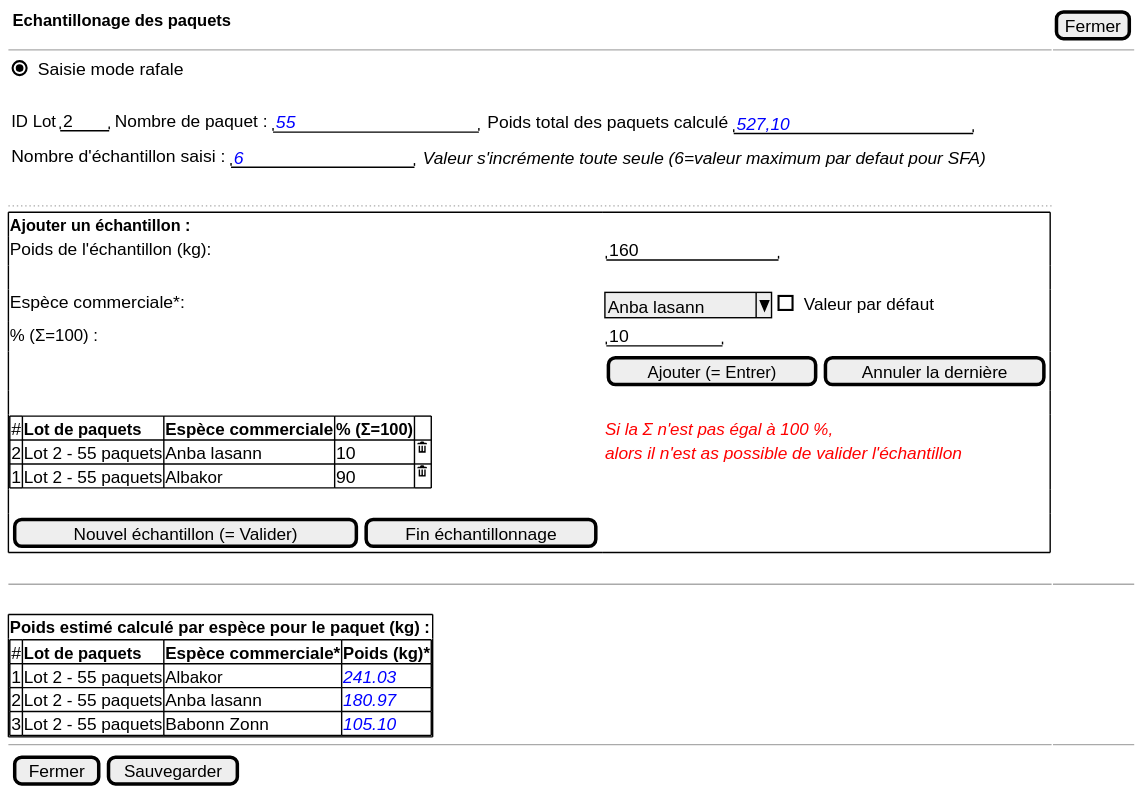
Before: use-case/collect/trip/landing-ui-composition-tablet.svg, a diagram exported from PlantUML (sumaris-net/sumaris-doc). Its source is kept beside it as use-case/collect/trip/landing-ui-composition-tablet.puml. Source of this version:
```plantuml
@startsalt
{
  <b> Echantillonage des paquets | [Fermer]
  -- | --
  {(X) Saisie mode rafale  }
  {
    .
    {ID Lot| " 2  " | Nombre de paquet : {"<color:blue><i>55 "} | {Poids total des paquets calculé { "<color:blue><i>527,10"}}}
    {Nombre d'échantillon saisi : {"<color:blue><i>6"} | {<i>Valeur s'incrémente toute seule (6=valeur maximum par defaut pour SFA)} }
  }
.
..
  {+
  <b>Ajouter un échantillon :
  Poids de l'échantillon (kg):              | { "          160  "  }
  .
  Espèce commerciale*:       | { ^ Anba lasann ^ | [] Valeur par défaut }
  % (Σ=100) :               | { "    10    " }
  . |  {[Ajouter (= Entrer)] | [Annuler la dernière saisie]}
  .
      {#
        # | <b>Lot de paquets  | <b>Espèce commerciale  | <b>% (Σ=100) | .
        2 | Lot 2 - 55 paquets | Anba lasann            | 10           | <&trash>
        1 | Lot 2 - 55 paquets | Albakor                | 90           | <&trash>
      } | {<color:red><i>Si la Σ n'est pas égal à 100 %,
      <color:red><i>alors il n'est as possible de valider l'échantillon }
  .
  {[Nouvel échantillon (= Valider)] | [Fin échantillonnage ]}
  }
  .
  -- | --
  .
  {+
    <b>Poids estimé calculé par espèce pour le paquet (kg) :
    {#
        # | <b>Lot de paquets  | <b>Espèce commerciale*  | <b>Poids (kg)*
        1 | Lot 2 - 55 paquets | Albakor                 | <color:blue><i>241.03
        2 | Lot 2 - 55 paquets | Anba lasann             | <color:blue><i>180.97
        3 | Lot 2 - 55 paquets | Babonn Zonn             | <color:blue><i>105.10
    }
  }

  -- | --
  {{[Fermer ] | [Sauvegarder]}}
}
@endsalt
```
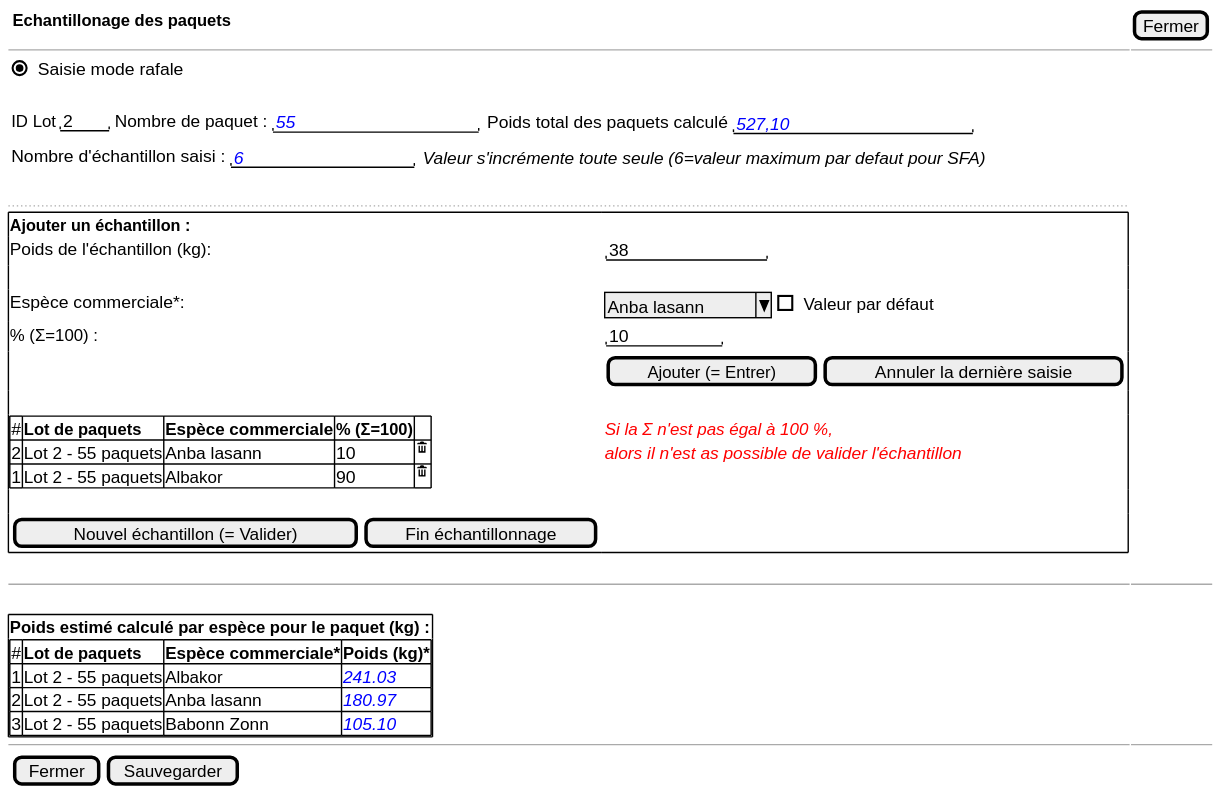
After the commit.

The edit, as a diff of the source:
```diff
@@ -12,7 +12,7 @@
 ..
   {+
   <b>Ajouter un échantillon :
-  Poids de l'échantillon (kg):              | { "          160  "  }
+  Poids de l'échantillon (kg):              | { "          38  "  }
   .
   Espèce commerciale*:       | { ^ Anba lasann ^ | [] Valeur par défaut }
   % (Σ=100) :               | { "    10    " }
```
